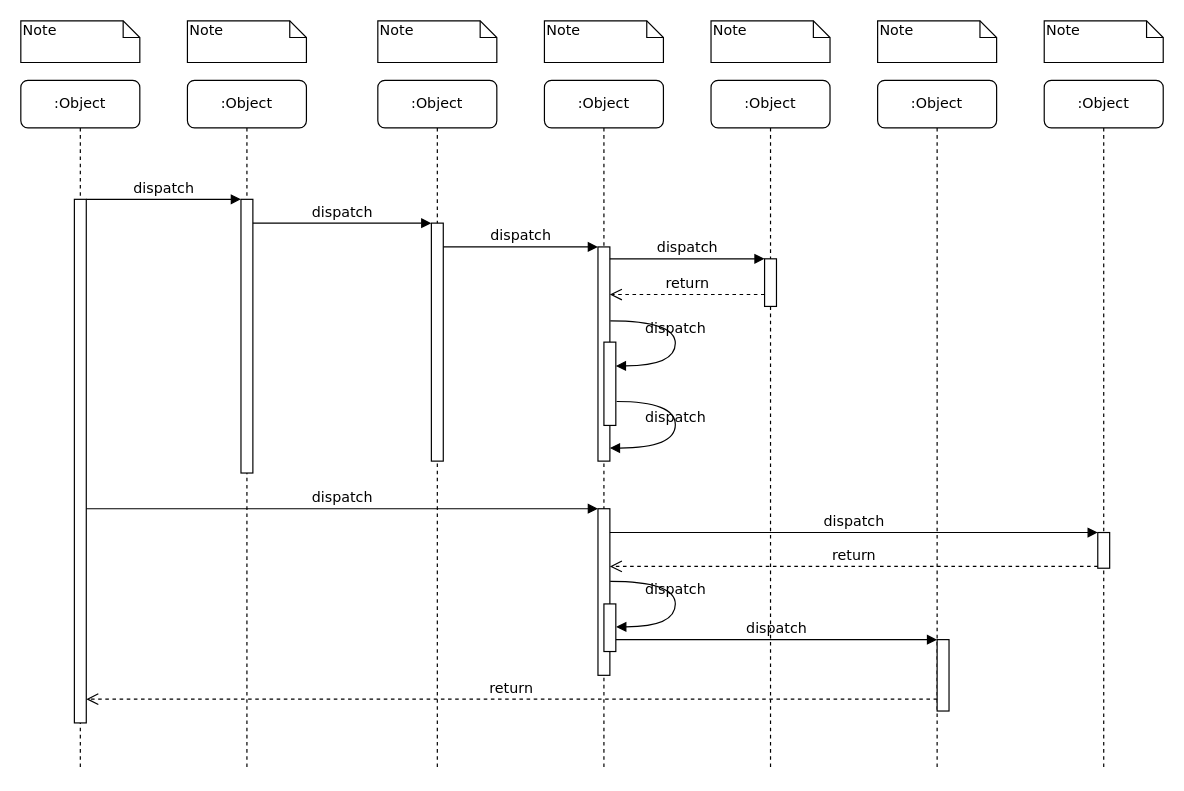
shgusgh12/Python-practice keeps this draw.io diagram as github/baekjoon/제목 없는 다이어그램.drawio. Above is the earlier version. Source tidied: cells renumbered, new cells numbered last; positions are measured from the earlier drawing's top-left corner, leaving out a move shared by most shapes. Both pictures are drawn from the tidied source at 119%, with x=0, y=0 at pixel (20, 20).
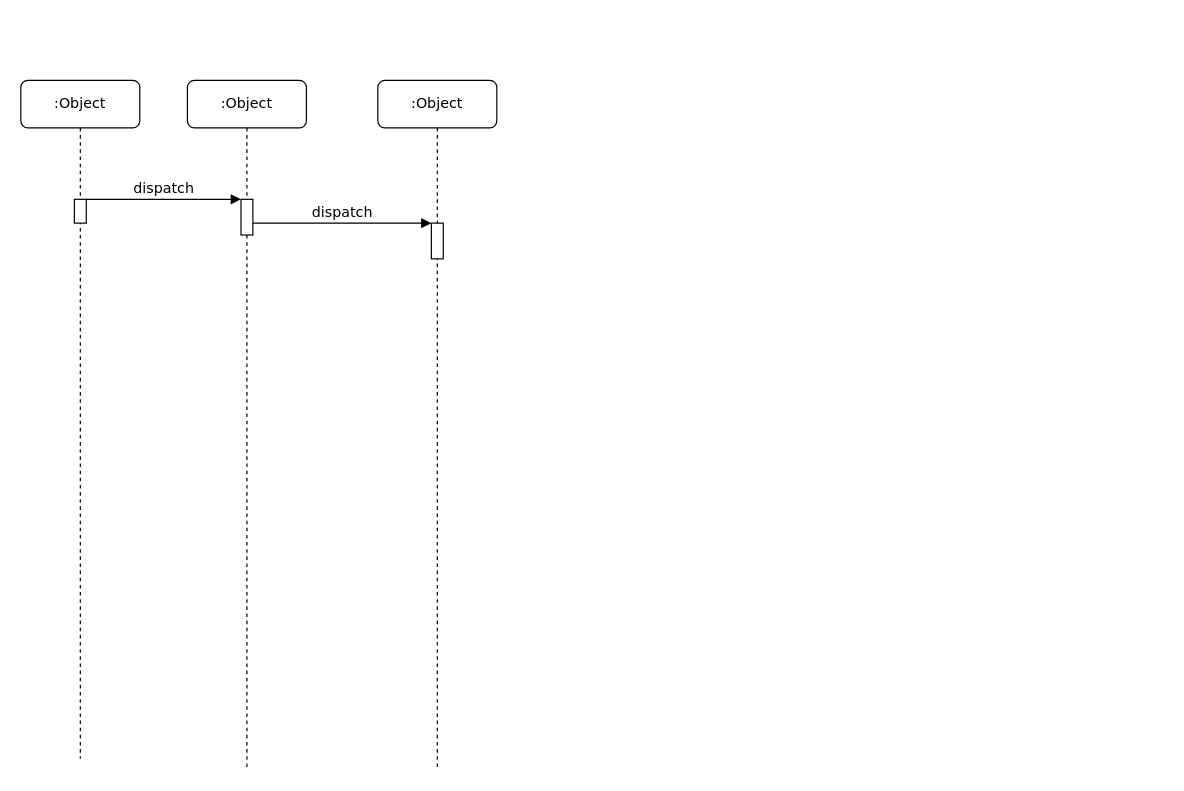
After the change.

Commit message:
제목 없는 다이어그램.drawio 업데이트

The change refers to these unchanged cells:
```xml
<mxCell id="2" value=":Object" style="shape=umlLifeline;perimeter=lifelinePerimeter;whiteSpace=wrap;html=1;rounded=1;shadow=0;comic=0;labelBackgroundColor=none;strokeWidth=1;fontFamily=Verdana;fontSize=12;align=center;" parent="1" vertex="1">
  <mxGeometry x="140" y="50" width="100" height="580" as="geometry" />
</mxCell>
<mxCell id="4" value=":Object" style="shape=umlLifeline;perimeter=lifelinePerimeter;whiteSpace=wrap;html=1;rounded=1;shadow=0;comic=0;labelBackgroundColor=none;strokeWidth=1;fontFamily=Verdana;fontSize=12;align=center;" parent="1" vertex="1">
  <mxGeometry x="300" y="50" width="100" height="580" as="geometry" />
</mxCell>
```

What changed in the source:
```diff
@@
     <mxCell id="3" style="html=1;points=[];perimeter=orthogonalPerimeter;rounded=0;shadow=0;comic=0;labelBackgroundColor=none;strokeWidth=1;fontFamily=Verdana;fontSize=12;align=center;" parent="2" vertex="1">
-      <mxGeometry x="45" y="100" width="10" height="230" as="geometry" />
+      <mxGeometry x="45" y="100" width="10" height="30" as="geometry" />
     </mxCell>
@@
     <mxCell id="5" style="html=1;points=[];perimeter=orthogonalPerimeter;rounded=0;shadow=0;comic=0;labelBackgroundColor=none;strokeWidth=1;fontFamily=Verdana;fontSize=12;align=center;" parent="4" vertex="1">
-      <mxGeometry x="45" y="120" width="10" height="200" as="geometry" />
+      <mxGeometry x="45" y="120" width="10" height="30" as="geometry" />
     </mxCell>
-    <mxCell id="6" value=":Object" style="shape=umlLifeline;perimeter=lifelinePerimeter;whiteSpace=wrap;html=1;rounded=1;shadow=0;comic=0;labelBackgroundColor=none;strokeWidth=1;fontFamily=Verdana;fontSize=12;align=center;" parent="1" vertex="1">
-      <mxGeometry x="440" y="50" width="100" height="580" as="geometry" />
-    </mxCell>
-    <mxCell id="7" value=":Object" style="shape=umlLifeline;perimeter=lifelinePerimeter;whiteSpace=wrap;html=1;rounded=1;shadow=0;comic=0;labelBackgroundColor=none;strokeWidth=1;fontFamily=Verdana;fontSize=12;align=center;" parent="1" vertex="1">
-      <mxGeometry x="580" y="50" width="100" height="580" as="geometry" />
-    </mxCell>
-    <mxCell id="8" value=":Object" style="shape=umlLifeline;perimeter=lifelinePerimeter;whiteSpace=wrap;html=1;rounded=1;shadow=0;comic=0;labelBackgroundColor=none;strokeWidth=1;fontFamily=Verdana;fontSize=12;align=center;" parent="1" vertex="1">
-      <mxGeometry x="720" y="50" width="100" height="580" as="geometry" />
-    </mxCell>
-    <mxCell id="9" value=":Object" style="shape=umlLifeline;perimeter=lifelinePerimeter;whiteSpace=wrap;html=1;rounded=1;shadow=0;comic=0;labelBackgroundColor=none;strokeWidth=1;fontFamily=Verdana;fontSize=12;align=center;" parent="1" vertex="1">
-      <mxGeometry x="860" y="50" width="100" height="580" as="geometry" />
-    </mxCell>
     <mxCell id="10" value=":Object" style="shape=umlLifeline;perimeter=lifelinePerimeter;whiteSpace=wrap;html=1;rounded=1;shadow=0;comic=0;labelBackgroundColor=none;strokeWidth=1;fontFamily=Verdana;fontSize=12;align=center;" parent="1" vertex="1">
-      <mxGeometry y="50" width="100" height="580" as="geometry" />
+      <mxGeometry y="50" width="100" height="570" as="geometry" />
     </mxCell>
     <mxCell id="11" style="html=1;points=[];perimeter=orthogonalPerimeter;rounded=0;shadow=0;comic=0;labelBackgroundColor=none;strokeWidth=1;fontFamily=Verdana;fontSize=12;align=center;" parent="10" vertex="1">
-      <mxGeometry x="45" y="100" width="10" height="440" as="geometry" />
+      <mxGeometry x="45" y="100" width="10" height="20" as="geometry" />
     </mxCell>
-    <mxCell id="12" style="html=1;points=[];perimeter=orthogonalPerimeter;rounded=0;shadow=0;comic=0;labelBackgroundColor=none;strokeWidth=1;fontFamily=Verdana;fontSize=12;align=center;" parent="1" vertex="1">
-      <mxGeometry x="485" y="190" width="10" height="180" as="geometry" />
-    </mxCell>
-    <mxCell id="13" value="dispatch" style="html=1;verticalAlign=bottom;endArrow=block;labelBackgroundColor=none;fontFamily=Verdana;fontSize=12;edgeStyle=elbowEdgeStyle;elbow=vertical;" parent="1" edge="1" source="5" target="12">
-      <mxGeometry relative="1" as="geometry">
-        <Array as="points">
-          <mxPoint x="360" y="190" />
-        </Array>
-      </mxGeometry>
-    </mxCell>
-    <mxCell id="14" style="html=1;points=[];perimeter=orthogonalPerimeter;rounded=0;shadow=0;comic=0;labelBackgroundColor=none;strokeWidth=1;fontFamily=Verdana;fontSize=12;align=center;" parent="1" vertex="1">
-      <mxGeometry x="625" y="200" width="10" height="40" as="geometry" />
-    </mxCell>
-    <mxCell id="15" value="dispatch" style="html=1;verticalAlign=bottom;endArrow=block;entryX=0;entryY=0;labelBackgroundColor=none;fontFamily=Verdana;fontSize=12;edgeStyle=elbowEdgeStyle;elbow=vertical;" parent="1" edge="1" source="12" target="14">
-      <mxGeometry relative="1" as="geometry" />
-    </mxCell>
-    <mxCell id="16" value="return" style="html=1;verticalAlign=bottom;endArrow=open;dashed=1;endSize=8;labelBackgroundColor=none;fontFamily=Verdana;fontSize=12;edgeStyle=elbowEdgeStyle;elbow=vertical;" parent="1" edge="1" source="14" target="12">
-      <mxGeometry relative="1" as="geometry">
-        <Array as="points">
-          <mxPoint x="570" y="230" />
-          <mxPoint x="600" y="230" />
-        </Array>
-      </mxGeometry>
-    </mxCell>
-    <mxCell id="17" style="html=1;points=[];perimeter=orthogonalPerimeter;rounded=0;shadow=0;comic=0;labelBackgroundColor=none;strokeWidth=1;fontFamily=Verdana;fontSize=12;align=center;" parent="1" vertex="1">
-      <mxGeometry x="485" y="410" width="10" height="140" as="geometry" />
-    </mxCell>
-    <mxCell id="18" value="dispatch" style="html=1;verticalAlign=bottom;endArrow=block;entryX=0;entryY=0;labelBackgroundColor=none;fontFamily=Verdana;fontSize=12;" parent="1" edge="1" source="11" target="17">
-      <mxGeometry relative="1" as="geometry" />
-    </mxCell>
-    <mxCell id="19" style="html=1;points=[];perimeter=orthogonalPerimeter;rounded=0;shadow=0;comic=0;labelBackgroundColor=none;strokeColor=#000000;strokeWidth=1;fillColor=#FFFFFF;fontFamily=Verdana;fontSize=12;fontColor=#000000;align=center;" parent="1" vertex="1">
-      <mxGeometry x="905" y="430" width="10" height="30" as="geometry" />
-    </mxCell>
-    <mxCell id="20" value="dispatch" style="html=1;verticalAlign=bottom;endArrow=block;entryX=0;entryY=0;labelBackgroundColor=none;fontFamily=Verdana;fontSize=12;" parent="1" edge="1" source="17" target="19">
-      <mxGeometry relative="1" as="geometry" />
-    </mxCell>
-    <mxCell id="21" value="return" style="html=1;verticalAlign=bottom;endArrow=open;dashed=1;endSize=8;exitX=0;exitY=0.95;labelBackgroundColor=none;fontFamily=Verdana;fontSize=12;" parent="1" edge="1" source="19" target="17">
-      <mxGeometry relative="1" as="geometry" />
-    </mxCell>
-    <mxCell id="22" style="html=1;points=[];perimeter=orthogonalPerimeter;rounded=0;shadow=0;comic=0;labelBackgroundColor=none;strokeWidth=1;fontFamily=Verdana;fontSize=12;align=center;" parent="1" vertex="1">
-      <mxGeometry x="770" y="520" width="10" height="60" as="geometry" />
-    </mxCell>
-    <mxCell id="23" value="dispatch" style="html=1;verticalAlign=bottom;endArrow=block;entryX=0;entryY=0;labelBackgroundColor=none;fontFamily=Verdana;fontSize=12;edgeStyle=elbowEdgeStyle;elbow=vertical;" parent="1" edge="1" source="30" target="22">
-      <mxGeometry relative="1" as="geometry" />
-    </mxCell>
-    <mxCell id="24" value="return" style="html=1;verticalAlign=bottom;endArrow=open;dashed=1;endSize=8;labelBackgroundColor=none;fontFamily=Verdana;fontSize=12;edgeStyle=elbowEdgeStyle;elbow=vertical;" parent="1" edge="1" source="22" target="11">
-      <mxGeometry relative="1" as="geometry">
-        <Array as="points">
-          <mxPoint x="470" y="570" />
-        </Array>
-      </mxGeometry>
-    </mxCell>
@@
-    <mxCell id="27" style="html=1;points=[];perimeter=orthogonalPerimeter;rounded=0;shadow=0;comic=0;labelBackgroundColor=none;strokeWidth=1;fontFamily=Verdana;fontSize=12;align=center;" parent="1" vertex="1">
-      <mxGeometry x="490" y="270" width="10" height="70" as="geometry" />
-    </mxCell>
-    <mxCell id="28" value="dispatch" style="html=1;verticalAlign=bottom;endArrow=block;labelBackgroundColor=none;fontFamily=Verdana;fontSize=12;elbow=vertical;edgeStyle=orthogonalEdgeStyle;curved=1;entryX=1;entryY=0.286;entryPerimeter=0;exitX=1.038;exitY=0.345;exitPerimeter=0;" parent="1" edge="1" source="12" target="27">
-      <mxGeometry relative="1" as="geometry">
-        <Array as="points">
-          <mxPoint x="550" y="252" />
-          <mxPoint x="550" y="290" />
-        </Array>
-      </mxGeometry>
-    </mxCell>
-    <mxCell id="29" value="dispatch" style="html=1;verticalAlign=bottom;endArrow=block;labelBackgroundColor=none;fontFamily=Verdana;fontSize=12;elbow=vertical;edgeStyle=orthogonalEdgeStyle;curved=1;exitX=1.066;exitY=0.713;exitPerimeter=0;" parent="1" edge="1" source="27">
-      <mxGeometry relative="1" as="geometry">
-        <mxPoint x="495" y="359" as="targetPoint" />
-        <Array as="points">
-          <mxPoint x="550" y="320" />
-          <mxPoint x="550" y="359" />
-        </Array>
-      </mxGeometry>
-    </mxCell>
-    <mxCell id="30" style="html=1;points=[];perimeter=orthogonalPerimeter;rounded=0;shadow=0;comic=0;labelBackgroundColor=none;strokeWidth=1;fontFamily=Verdana;fontSize=12;align=center;" parent="1" vertex="1">
-      <mxGeometry x="490" y="490" width="10" height="40" as="geometry" />
-    </mxCell>
-    <mxCell id="31" value="dispatch" style="html=1;verticalAlign=bottom;endArrow=block;labelBackgroundColor=none;fontFamily=Verdana;fontSize=12;elbow=vertical;edgeStyle=orthogonalEdgeStyle;curved=1;entryX=1;entryY=0.286;entryPerimeter=0;exitX=1.038;exitY=0.345;exitPerimeter=0;" parent="1" edge="1">
-      <mxGeometry relative="1" as="geometry">
-        <mxPoint x="495.3" y="471" as="sourcePoint" />
-        <mxPoint x="500.3" y="509.3" as="targetPoint" />
-        <Array as="points">
-          <mxPoint x="550" y="471" />
-          <mxPoint x="550" y="509" />
-        </Array>
-      </mxGeometry>
-    </mxCell>
-    <mxCell id="32" value="Note" style="shape=note;whiteSpace=wrap;html=1;size=14;verticalAlign=top;align=left;spacingTop=-6;rounded=0;shadow=0;comic=0;labelBackgroundColor=none;strokeWidth=1;fontFamily=Verdana;fontSize=12;" parent="1" vertex="1">
-      <mxGeometry width="100" height="35" as="geometry" />
-    </mxCell>
-    <mxCell id="33" value="Note" style="shape=note;whiteSpace=wrap;html=1;size=14;verticalAlign=top;align=left;spacingTop=-6;rounded=0;shadow=0;comic=0;labelBackgroundColor=none;strokeWidth=1;fontFamily=Verdana;fontSize=12;" parent="1" vertex="1">
-      <mxGeometry x="140" width="100" height="35" as="geometry" />
-    </mxCell>
-    <mxCell id="34" value="Note" style="shape=note;whiteSpace=wrap;html=1;size=14;verticalAlign=top;align=left;spacingTop=-6;rounded=0;shadow=0;comic=0;labelBackgroundColor=none;strokeWidth=1;fontFamily=Verdana;fontSize=12;" parent="1" vertex="1">
-      <mxGeometry x="300" width="100" height="35" as="geometry" />
-    </mxCell>
-    <mxCell id="35" value="Note" style="shape=note;whiteSpace=wrap;html=1;size=14;verticalAlign=top;align=left;spacingTop=-6;rounded=0;shadow=0;comic=0;labelBackgroundColor=none;strokeWidth=1;fontFamily=Verdana;fontSize=12;" parent="1" vertex="1">
-      <mxGeometry x="440" width="100" height="35" as="geometry" />
-    </mxCell>
-    <mxCell id="36" value="Note" style="shape=note;whiteSpace=wrap;html=1;size=14;verticalAlign=top;align=left;spacingTop=-6;rounded=0;shadow=0;comic=0;labelBackgroundColor=none;strokeWidth=1;fontFamily=Verdana;fontSize=12;" parent="1" vertex="1">
-      <mxGeometry x="580" width="100" height="35" as="geometry" />
-    </mxCell>
-    <mxCell id="37" value="Note" style="shape=note;whiteSpace=wrap;html=1;size=14;verticalAlign=top;align=left;spacingTop=-6;rounded=0;shadow=0;comic=0;labelBackgroundColor=none;strokeWidth=1;fontFamily=Verdana;fontSize=12;" parent="1" vertex="1">
-      <mxGeometry x="720" width="100" height="35" as="geometry" />
-    </mxCell>
-    <mxCell id="38" value="Note" style="shape=note;whiteSpace=wrap;html=1;size=14;verticalAlign=top;align=left;spacingTop=-6;rounded=0;shadow=0;comic=0;labelBackgroundColor=none;strokeWidth=1;fontFamily=Verdana;fontSize=12;" parent="1" vertex="1">
-      <mxGeometry x="860" width="100" height="35" as="geometry" />
-    </mxCell>
```
